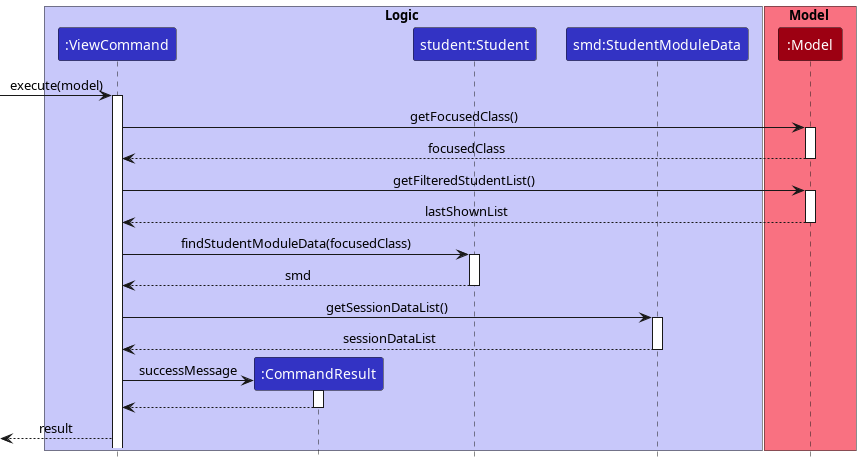
The PlantUML diagram docs/images/ViewCommandSequenceDiagram.png in nus-cs2103-AY2223S1/tp, before a commit.
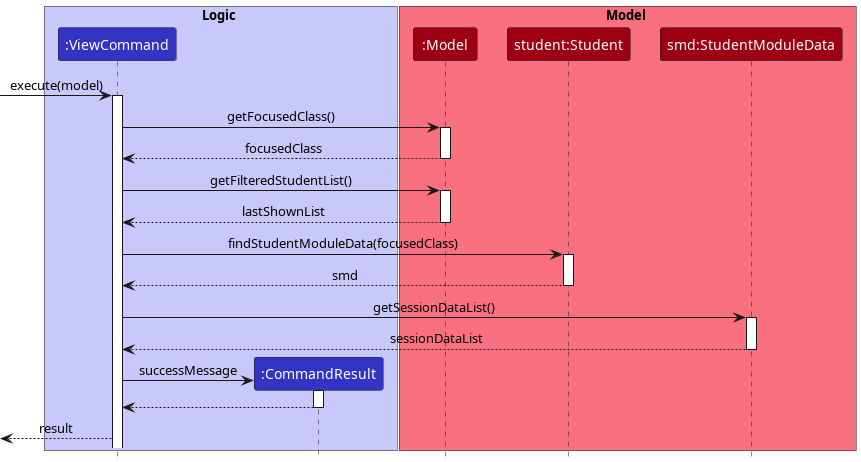
After the change.

Commit message:
DG: fix sequence diagrams of grade, view, assign

Diff of the diagram source:
```diff
@@ -4,12 +4,12 @@
 box Logic LOGIC_COLOR_T1
 participant ":ViewCommand" as ViewCommand LOGIC_COLOR
 participant ":CommandResult" as CommandResult LOGIC_COLOR
-participant "student:Student" as Student LOGIC_COLOR
-participant "smd:StudentModuleData" as SMD LOGIC_COLOR
 end box
 
 box Model MODEL_COLOR_T1
 participant ":Model" as Model MODEL_COLOR
+participant "student:Student" as Student MODEL_COLOR
+participant "smd:StudentModuleData" as SMD MODEL_COLOR
 end box
 
 [-> ViewCommand: execute(model)
```
